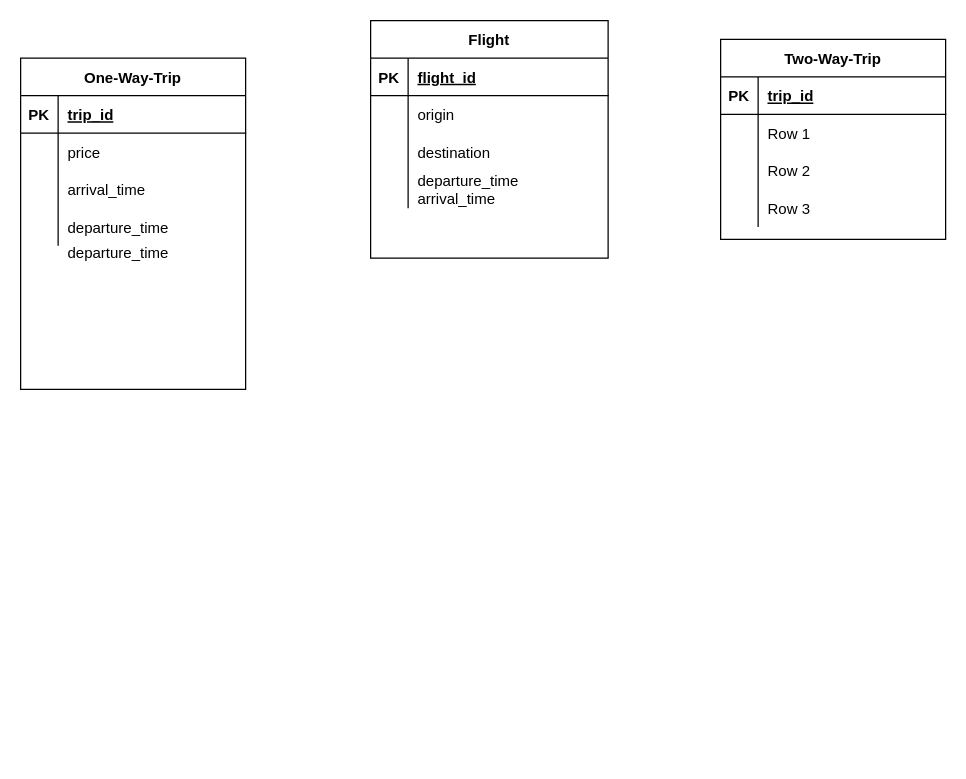
Before: cs348HW4q2.drawio in dMahra/UCIwineAnalysis, a draw.io diagram. Source tidied: cells renumbered, new cells numbered last; positions are measured from the earlier drawing's top-left corner, leaving out a move shared by most shapes. Both pictures are drawn from the tidied source at 125%, with x=0, y=0 at pixel (20, 20).
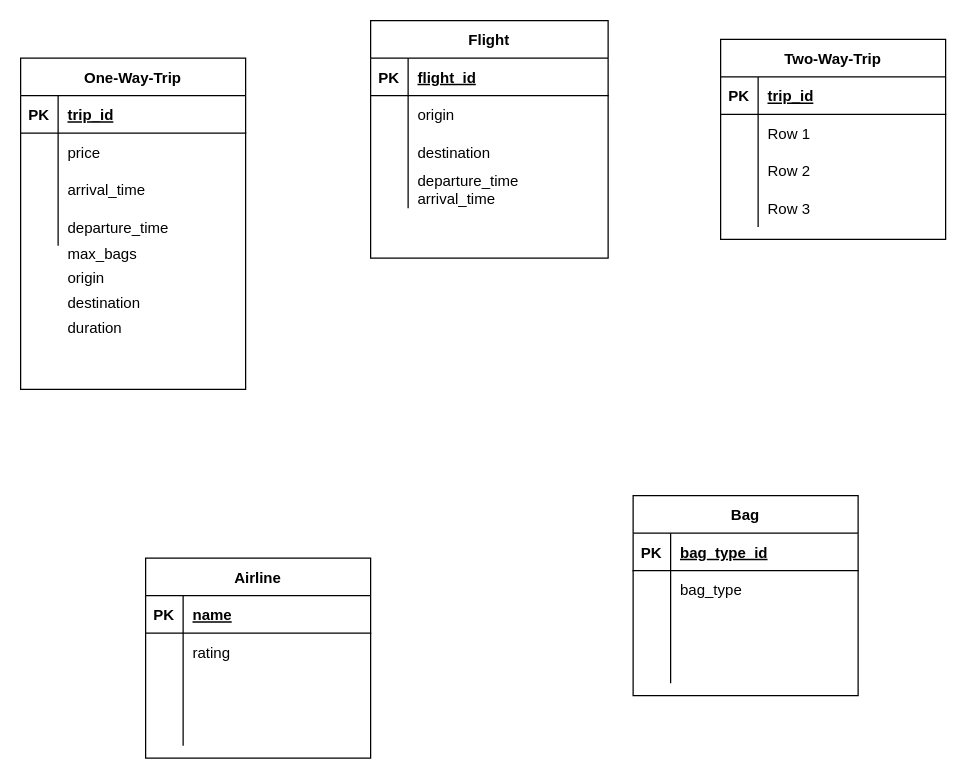
After the change.

What changed in the source:
```diff
@@
-    <mxCell id="41" value="departure_time" style="shape=partialRectangle;fillColor=none;top=0;left=0;bottom=0;right=0;align=left;spacingLeft=6;overflow=hidden;" parent="1" vertex="1">
-      <mxGeometry x="30" y="170" width="150" height="30" as="geometry" />
+    <mxCell id="41" value="max_bags" style="shape=partialRectangle;fillColor=none;top=0;left=0;bottom=0;right=0;align=left;spacingLeft=6;overflow=hidden;" parent="1" vertex="1">
+      <mxGeometry x="30" y="171" width="150" height="30" as="geometry" />
     </mxCell>
+    <mxCell id="42" value="origin    " style="shape=partialRectangle;fillColor=none;top=0;left=0;bottom=0;right=0;align=left;spacingLeft=6;overflow=hidden;" parent="1" vertex="1">
+      <mxGeometry x="30" y="190" width="150" height="30" as="geometry" />
+    </mxCell>
+    <mxCell id="43" value="destination" style="shape=partialRectangle;fillColor=none;top=0;left=0;bottom=0;right=0;align=left;spacingLeft=6;overflow=hidden;" parent="1" vertex="1">
+      <mxGeometry x="30" y="210" width="150" height="30" as="geometry" />
+    </mxCell>
+    <mxCell id="44" value="duration" style="shape=partialRectangle;fillColor=none;top=0;left=0;bottom=0;right=0;align=left;spacingLeft=6;overflow=hidden;" parent="1" vertex="1">
+      <mxGeometry x="30" y="230" width="150" height="30" as="geometry" />
+    </mxCell>
+    <mxCell id="45" value="Airline" style="shape=table;startSize=30;childLayout=tableLayout;rowLines=0;fontStyle=1;align=center;" parent="1" vertex="1">
+      <mxGeometry x="100" y="430" width="180" height="160" as="geometry" />
+    </mxCell>
+    <mxCell id="46" style="shape=tableRow;horizontal=0;startSize=0;swimlaneHead=0;swimlaneBody=0;fillColor=none;top=0;left=0;right=0;bottom=1;" parent="45" vertex="1">
+      <mxGeometry y="30" width="180" height="30" as="geometry" />
+    </mxCell>
+    <mxCell id="47" value="PK" style="shape=partialRectangle;fillColor=none;top=0;left=0;bottom=0;right=0;fontStyle=1;overflow=hidden;" parent="46" vertex="1">
+      <mxGeometry width="30" height="30" as="geometry" />
+    </mxCell>
+    <mxCell id="48" value="name" style="shape=partialRectangle;fillColor=none;top=0;left=0;bottom=0;right=0;align=left;spacingLeft=6;fontStyle=5;overflow=hidden;" parent="46" vertex="1">
+      <mxGeometry x="30" width="150" height="30" as="geometry" />
+    </mxCell>
+    <mxCell id="49" style="shape=tableRow;horizontal=0;startSize=0;swimlaneHead=0;swimlaneBody=0;fillColor=none;top=0;left=0;right=0;bottom=0;" parent="45" vertex="1">
+      <mxGeometry y="60" width="180" height="30" as="geometry" />
+    </mxCell>
+    <mxCell id="50" style="shape=partialRectangle;fillColor=none;top=0;left=0;bottom=0;right=0;overflow=hidden;" parent="49" vertex="1">
+      <mxGeometry width="30" height="30" as="geometry" />
+    </mxCell>
+    <mxCell id="51" value="rating" style="shape=partialRectangle;fillColor=none;top=0;left=0;bottom=0;right=0;align=left;spacingLeft=6;overflow=hidden;" parent="49" vertex="1">
+      <mxGeometry x="30" width="150" height="30" as="geometry" />
+    </mxCell>
+    <mxCell id="52" style="shape=tableRow;horizontal=0;startSize=0;swimlaneHead=0;swimlaneBody=0;fillColor=none;top=0;left=0;right=0;bottom=0;" parent="45" vertex="1">
+      <mxGeometry y="90" width="180" height="30" as="geometry" />
+    </mxCell>
+    <mxCell id="53" style="shape=partialRectangle;fillColor=none;top=0;left=0;bottom=0;right=0;overflow=hidden;" parent="52" vertex="1">
+      <mxGeometry width="30" height="30" as="geometry" />
+    </mxCell>
+    <mxCell id="54" style="shape=partialRectangle;fillColor=none;top=0;left=0;bottom=0;right=0;align=left;spacingLeft=6;overflow=hidden;" parent="52" vertex="1">
+      <mxGeometry x="30" width="150" height="30" as="geometry" />
+    </mxCell>
+    <mxCell id="55" style="shape=tableRow;horizontal=0;startSize=0;swimlaneHead=0;swimlaneBody=0;fillColor=none;top=0;left=0;right=0;bottom=0;" parent="45" vertex="1">
+      <mxGeometry y="120" width="180" height="30" as="geometry" />
+    </mxCell>
+    <mxCell id="56" style="shape=partialRectangle;fillColor=none;top=0;left=0;bottom=0;right=0;overflow=hidden;" parent="55" vertex="1">
+      <mxGeometry width="30" height="30" as="geometry" />
+    </mxCell>
+    <mxCell id="57" style="shape=partialRectangle;fillColor=none;top=0;left=0;bottom=0;right=0;align=left;spacingLeft=6;overflow=hidden;" parent="55" vertex="1">
+      <mxGeometry x="30" width="150" height="30" as="geometry" />
+    </mxCell>
+    <mxCell id="58" value="Bag" style="shape=table;startSize=30;childLayout=tableLayout;rowLines=0;fontStyle=1;align=center;" parent="1" vertex="1">
+      <mxGeometry x="490" y="380" width="180" height="160" as="geometry" />
+    </mxCell>
+    <mxCell id="59" style="shape=tableRow;horizontal=0;startSize=0;swimlaneHead=0;swimlaneBody=0;fillColor=none;top=0;left=0;right=0;bottom=1;" parent="58" vertex="1">
+      <mxGeometry y="30" width="180" height="30" as="geometry" />
+    </mxCell>
+    <mxCell id="60" value="PK" style="shape=partialRectangle;fillColor=none;top=0;left=0;bottom=0;right=0;fontStyle=1;overflow=hidden;" parent="59" vertex="1">
+      <mxGeometry width="30" height="30" as="geometry" />
+    </mxCell>
+    <mxCell id="61" value="bag_type_id" style="shape=partialRectangle;fillColor=none;top=0;left=0;bottom=0;right=0;align=left;spacingLeft=6;fontStyle=5;overflow=hidden;" parent="59" vertex="1">
+      <mxGeometry x="30" width="150" height="30" as="geometry" />
+    </mxCell>
+    <mxCell id="62" style="shape=tableRow;horizontal=0;startSize=0;swimlaneHead=0;swimlaneBody=0;fillColor=none;top=0;left=0;right=0;bottom=0;" parent="58" vertex="1">
+      <mxGeometry y="60" width="180" height="30" as="geometry" />
+    </mxCell>
+    <mxCell id="63" style="shape=partialRectangle;fillColor=none;top=0;left=0;bottom=0;right=0;overflow=hidden;" parent="62" vertex="1">
+      <mxGeometry width="30" height="30" as="geometry" />
+    </mxCell>
+    <mxCell id="64" value="bag_type" style="shape=partialRectangle;fillColor=none;top=0;left=0;bottom=0;right=0;align=left;spacingLeft=6;overflow=hidden;" parent="62" vertex="1">
+      <mxGeometry x="30" width="150" height="30" as="geometry" />
+    </mxCell>
+    <mxCell id="65" style="shape=tableRow;horizontal=0;startSize=0;swimlaneHead=0;swimlaneBody=0;fillColor=none;top=0;left=0;right=0;bottom=0;" parent="58" vertex="1">
+      <mxGeometry y="90" width="180" height="30" as="geometry" />
+    </mxCell>
+    <mxCell id="66" style="shape=partialRectangle;fillColor=none;top=0;left=0;bottom=0;right=0;overflow=hidden;" parent="65" vertex="1">
+      <mxGeometry width="30" height="30" as="geometry" />
+    </mxCell>
+    <mxCell id="67" style="shape=partialRectangle;fillColor=none;top=0;left=0;bottom=0;right=0;align=left;spacingLeft=6;overflow=hidden;" parent="65" vertex="1">
+      <mxGeometry x="30" width="150" height="30" as="geometry" />
+    </mxCell>
+    <mxCell id="68" style="shape=tableRow;horizontal=0;startSize=0;swimlaneHead=0;swimlaneBody=0;fillColor=none;top=0;left=0;right=0;bottom=0;" parent="58" vertex="1">
+      <mxGeometry y="120" width="180" height="30" as="geometry" />
+    </mxCell>
+    <mxCell id="69" style="shape=partialRectangle;fillColor=none;top=0;left=0;bottom=0;right=0;overflow=hidden;" parent="68" vertex="1">
+      <mxGeometry width="30" height="30" as="geometry" />
+    </mxCell>
+    <mxCell id="70" style="shape=partialRectangle;fillColor=none;top=0;left=0;bottom=0;right=0;align=left;spacingLeft=6;overflow=hidden;" parent="68" vertex="1">
+      <mxGeometry x="30" width="150" height="30" as="geometry" />
+    </mxCell>
```
